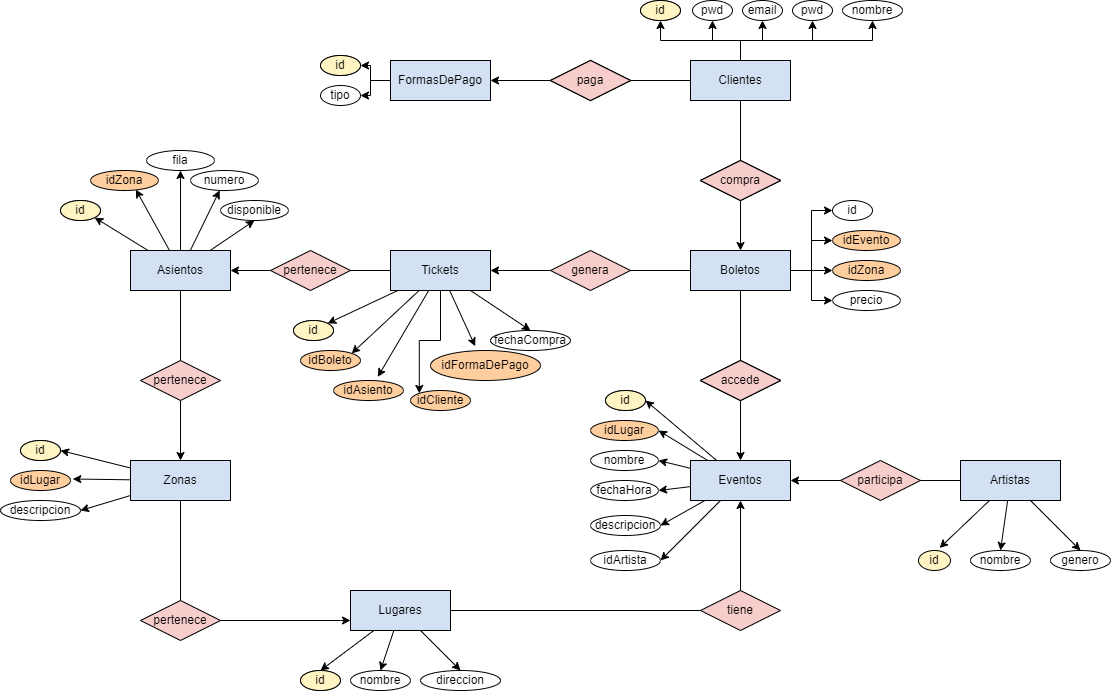
This is TicketMaster/img/Diagrama ER.png from Johann-28/TicketMaster, a draw.io export, as it was before one commit. Source tidied: cells renumbered, new cells last; positions are measured from the earlier drawing's top-left corner, leaving out a move shared by most shapes.
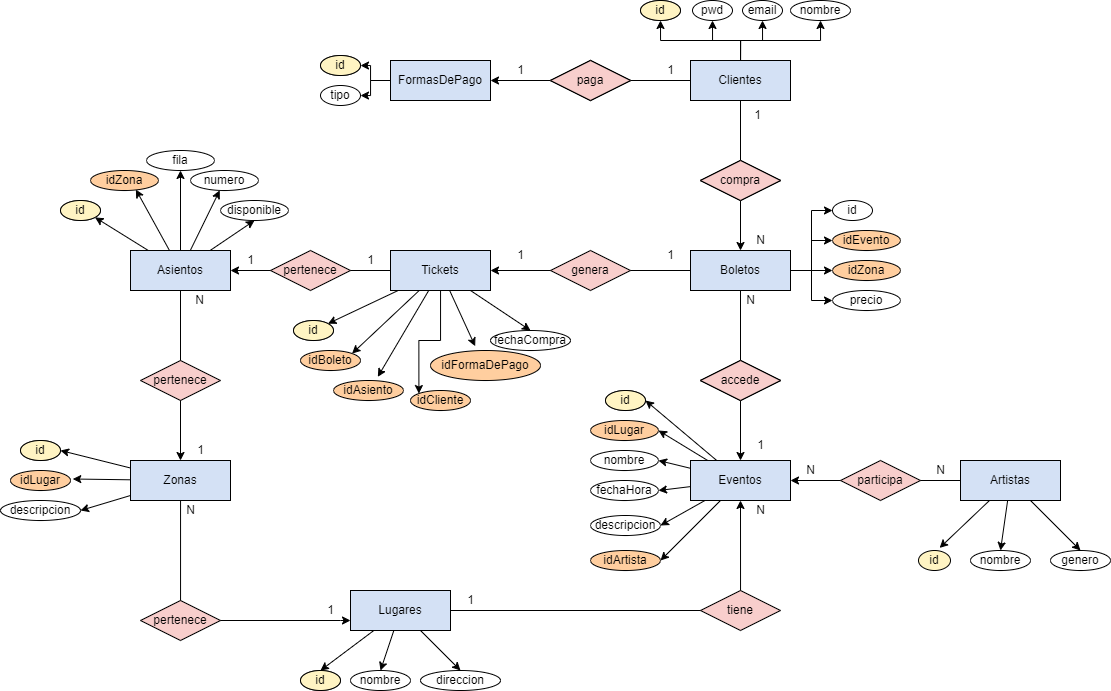
The same diagram one commit later.

Change to the diagram source:
```diff
@@ -130,9 +130,6 @@
     <mxCell id="43" style="edgeStyle=orthogonalEdgeStyle;rounded=0;jettySize=auto;html=1;entryX=0.5;entryY=1;entryDx=0;entryDy=0;" parent="1" edge="1" source="47" target="75">
       <mxGeometry relative="1" as="geometry" />
     </mxCell>
-    <mxCell id="44" style="edgeStyle=orthogonalEdgeStyle;rounded=0;jettySize=auto;html=1;entryX=0.5;entryY=1;entryDx=0;entryDy=0;exitX=0.5;exitY=0;exitDx=0;exitDy=0;" parent="1" edge="1" source="47" target="77">
-      <mxGeometry relative="1" as="geometry" />
-    </mxCell>
     <mxCell id="45" style="edgeStyle=orthogonalEdgeStyle;rounded=0;jettySize=auto;html=1;entryX=0.5;entryY=1;entryDx=0;entryDy=0;exitX=0.5;exitY=0;exitDx=0;exitDy=0;" parent="1" edge="1" source="47" target="78">
       <mxGeometry relative="1" as="geometry" />
     </mxCell>
@@ -239,11 +236,8 @@
     <mxCell id="76" value="email" style="ellipse;whiteSpace=wrap;html=1;" parent="1" vertex="1">
       <mxGeometry x="742" width="40" height="20" as="geometry" />
     </mxCell>
-    <mxCell id="77" value="pwd" style="ellipse;whiteSpace=wrap;html=1;" parent="1" vertex="1">
-      <mxGeometry x="792" width="40" height="20" as="geometry" />
-    </mxCell>
     <mxCell id="78" value="nombre" style="ellipse;whiteSpace=wrap;html=1;" parent="1" vertex="1">
-      <mxGeometry x="842" width="60" height="20" as="geometry" />
+      <mxGeometry x="790" width="60" height="20" as="geometry" />
     </mxCell>
     <mxCell id="79" style="edgeStyle=orthogonalEdgeStyle;rounded=0;jettySize=auto;html=1;entryX=1;entryY=0.5;entryDx=0;entryDy=0;" parent="1" edge="1" source="86" target="53">
       <mxGeometry relative="1" as="geometry" />
@@ -356,9 +350,6 @@
     <mxCell id="115" value="descripcion" style="ellipse;whiteSpace=wrap;html=1;" parent="1" vertex="1">
       <mxGeometry x="590" y="515" width="70" height="20" as="geometry" />
     </mxCell>
-    <mxCell id="116" value="idArtista" style="ellipse;whiteSpace=wrap;html=1;" parent="1" vertex="1">
-      <mxGeometry x="590" y="550" width="70" height="20" as="geometry" />
-    </mxCell>
     <mxCell id="117" value="id" style="ellipse;whiteSpace=wrap;html=1;fillColor=#FFF4C3;" parent="1" vertex="1">
       <mxGeometry x="918" y="550" width="32" height="20" as="geometry" />
     </mxCell>
@@ -389,5 +380,62 @@
     <mxCell id="126" value="id" style="ellipse;whiteSpace=wrap;html=1;fillColor=#FFF4C3;" parent="1" vertex="1">
       <mxGeometry x="605" y="390" width="40" height="20" as="geometry" />
     </mxCell>
+    <mxCell id="116" value="idArtista" style="ellipse;whiteSpace=wrap;html=1;fillColor=#FFCE9F;" parent="1" vertex="1">
+      <mxGeometry x="590" y="550" width="70" height="20" as="geometry" />
+    </mxCell>
+    <mxCell id="127" value="1" style="text;html=1;align=center;verticalAlign=middle;strokeColor=none;fillColor=none;" parent="1" vertex="1">
+      <mxGeometry x="655" y="55" width="30" height="30" as="geometry" />
+    </mxCell>
+    <mxCell id="128" value="1" style="text;html=1;align=center;verticalAlign=middle;strokeColor=none;fillColor=none;" parent="1" vertex="1">
+      <mxGeometry x="505" y="55" width="30" height="30" as="geometry" />
+    </mxCell>
+    <mxCell id="129" value="1" style="text;html=1;align=center;verticalAlign=middle;strokeColor=none;fillColor=none;" parent="1" vertex="1">
+      <mxGeometry x="742" y="100" width="30" height="30" as="geometry" />
+    </mxCell>
+    <mxCell id="130" value="N" style="text;html=1;align=center;verticalAlign=middle;strokeColor=none;fillColor=none;" parent="1" vertex="1">
+      <mxGeometry x="745" y="225" width="30" height="30" as="geometry" />
+    </mxCell>
+    <mxCell id="131" value="1" style="text;html=1;align=center;verticalAlign=middle;strokeColor=none;fillColor=none;" parent="1" vertex="1">
+      <mxGeometry x="655" y="240" width="30" height="30" as="geometry" />
+    </mxCell>
+    <mxCell id="132" value="1" style="text;html=1;align=center;verticalAlign=middle;strokeColor=none;fillColor=none;" parent="1" vertex="1">
+      <mxGeometry x="505" y="240" width="30" height="30" as="geometry" />
+    </mxCell>
+    <mxCell id="133" value="1" style="text;html=1;align=center;verticalAlign=middle;strokeColor=none;fillColor=none;" parent="1" vertex="1">
+      <mxGeometry x="355" y="245" width="30" height="30" as="geometry" />
+    </mxCell>
+    <mxCell id="134" value="1" style="text;html=1;align=center;verticalAlign=middle;strokeColor=none;fillColor=none;" parent="1" vertex="1">
+      <mxGeometry x="235" y="245" width="30" height="30" as="geometry" />
+    </mxCell>
+    <mxCell id="135" value="N" style="text;html=1;align=center;verticalAlign=middle;strokeColor=none;fillColor=none;" parent="1" vertex="1">
+      <mxGeometry x="184" y="285" width="30" height="30" as="geometry" />
+    </mxCell>
+    <mxCell id="136" value="1" style="text;html=1;align=center;verticalAlign=middle;strokeColor=none;fillColor=none;" parent="1" vertex="1">
+      <mxGeometry x="185" y="435" width="30" height="30" as="geometry" />
+    </mxCell>
+    <mxCell id="137" value="N" style="text;html=1;align=center;verticalAlign=middle;strokeColor=none;fillColor=none;" parent="1" vertex="1">
+      <mxGeometry x="175" y="495" width="30" height="30" as="geometry" />
+    </mxCell>
+    <mxCell id="138" value="1" style="text;html=1;align=center;verticalAlign=middle;strokeColor=none;fillColor=none;" parent="1" vertex="1">
+      <mxGeometry x="315" y="595" width="30" height="30" as="geometry" />
+    </mxCell>
+    <mxCell id="139" value="1" style="text;html=1;align=center;verticalAlign=middle;strokeColor=none;fillColor=none;" parent="1" vertex="1">
+      <mxGeometry x="455" y="585" width="30" height="30" as="geometry" />
+    </mxCell>
+    <mxCell id="140" value="N" style="text;html=1;align=center;verticalAlign=middle;strokeColor=none;fillColor=none;" parent="1" vertex="1">
+      <mxGeometry x="745" y="495" width="30" height="30" as="geometry" />
+    </mxCell>
+    <mxCell id="141" value="N" style="text;html=1;align=center;verticalAlign=middle;strokeColor=none;fillColor=none;" parent="1" vertex="1">
+      <mxGeometry x="795" y="455" width="30" height="30" as="geometry" />
+    </mxCell>
+    <mxCell id="142" value="N" style="text;html=1;align=center;verticalAlign=middle;strokeColor=none;fillColor=none;" parent="1" vertex="1">
+      <mxGeometry x="925" y="455" width="30" height="30" as="geometry" />
+    </mxCell>
+    <mxCell id="143" value="N" style="text;html=1;align=center;verticalAlign=middle;strokeColor=none;fillColor=none;" parent="1" vertex="1">
+      <mxGeometry x="735" y="285" width="30" height="30" as="geometry" />
+    </mxCell>
+    <mxCell id="144" value="1" style="text;html=1;align=center;verticalAlign=middle;strokeColor=none;fillColor=none;" parent="1" vertex="1">
+      <mxGeometry x="745" y="430" width="30" height="30" as="geometry" />
+    </mxCell>
   </root>
 </mxGraphModel>
```
